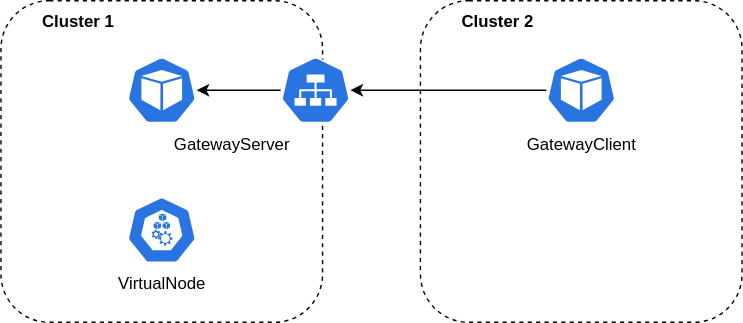
This is docs/_static/images/usage/inter-cluster-network/automatic.drawio.svg from liqotech/liqo, a draw.io export, as it was before one commit. Source tidied: cells renumbered, new cells last; positions are measured from the earlier drawing's top-left corner, leaving out a move shared by most shapes. The source it was exported from:
```xml
<mxGraphModel>
  <root>
    <mxCell id="0" />
    <mxCell id="1" parent="0" />
    <mxCell id="2" style="rounded=1;whiteSpace=wrap;html=1;fillColor=none;dashed=1;" parent="1" vertex="1">
      <mxGeometry width="230" height="230" as="geometry" />
    </mxCell>
    <mxCell id="3" style="edgeStyle=none;html=1;" parent="1" edge="1" source="5" target="4">
      <mxGeometry relative="1" as="geometry" />
    </mxCell>
    <mxCell id="4" style="sketch=0;html=1;dashed=0;whitespace=wrap;fillColor=#2875E2;strokeColor=#ffffff;points=[[0.005,0.63,0],[0.1,0.2,0],[0.9,0.2,0],[0.5,0,0],[0.995,0.63,0],[0.72,0.99,0],[0.5,1,0],[0.28,0.99,0]];verticalLabelPosition=bottom;align=center;verticalAlign=top;shape=mxgraph.kubernetes.icon;prIcon=pod;" parent="1" vertex="1">
      <mxGeometry x="90" y="40" width="50" height="48" as="geometry" />
    </mxCell>
    <mxCell id="5" style="sketch=0;html=1;dashed=0;whitespace=wrap;fillColor=#2875E2;strokeColor=#ffffff;points=[[0.005,0.63,0],[0.1,0.2,0],[0.9,0.2,0],[0.5,0,0],[0.995,0.63,0],[0.72,0.99,0],[0.5,1,0],[0.28,0.99,0]];verticalLabelPosition=bottom;align=center;verticalAlign=top;shape=mxgraph.kubernetes.icon;prIcon=svc;" parent="1" vertex="1">
      <mxGeometry x="200" y="40" width="50" height="48" as="geometry" />
    </mxCell>
    <mxCell id="6" style="sketch=0;html=1;dashed=0;whitespace=wrap;fillColor=#2875E2;strokeColor=#ffffff;verticalLabelPosition=bottom;align=center;verticalAlign=top;shape=mxgraph.kubernetes.icon;prIcon=node;" parent="1" vertex="1">
      <mxGeometry x="90" y="140" width="50" height="48" as="geometry" />
    </mxCell>
    <mxCell id="7" value="GatewayServer" style="text;html=1;align=center;verticalAlign=middle;strokeColor=none;fillColor=none;" parent="1" vertex="1">
      <mxGeometry x="110" y="88" width="110" height="30" as="geometry" />
    </mxCell>
    <mxCell id="8" value="VirtualNode" style="text;html=1;align=center;verticalAlign=middle;strokeColor=none;fillColor=none;" parent="1" vertex="1">
      <mxGeometry x="70" y="188" width="90" height="30" as="geometry" />
    </mxCell>
    <mxCell id="9" value="&lt;b&gt;Cluster 1&lt;/b&gt;" style="text;html=1;align=center;verticalAlign=middle;strokeColor=none;fillColor=none;" parent="1" vertex="1">
      <mxGeometry x="20" width="70" height="30" as="geometry" />
    </mxCell>
    <mxCell id="10" style="rounded=1;whiteSpace=wrap;html=1;fillColor=none;dashed=1;" parent="1" vertex="1">
      <mxGeometry x="300" width="230" height="230" as="geometry" />
    </mxCell>
    <mxCell id="11" style="edgeStyle=none;html=1;" parent="1" edge="1" source="12">
      <mxGeometry relative="1" as="geometry">
        <mxPoint x="250" y="64" as="targetPoint" />
      </mxGeometry>
    </mxCell>
    <mxCell id="12" style="sketch=0;html=1;dashed=0;whitespace=wrap;fillColor=#2875E2;strokeColor=#ffffff;points=[[0.005,0.63,0],[0.1,0.2,0],[0.9,0.2,0],[0.5,0,0],[0.995,0.63,0],[0.72,0.99,0],[0.5,1,0],[0.28,0.99,0]];verticalLabelPosition=bottom;align=center;verticalAlign=top;shape=mxgraph.kubernetes.icon;prIcon=pod;" parent="1" vertex="1">
      <mxGeometry x="390" y="40" width="50" height="48" as="geometry" />
    </mxCell>
    <mxCell id="13" value="GatewayClient" style="text;html=1;align=center;verticalAlign=middle;strokeColor=none;fillColor=none;" parent="1" vertex="1">
      <mxGeometry x="365" y="88" width="100" height="30" as="geometry" />
    </mxCell>
    <mxCell id="14" value="&lt;b&gt;Cluster 2&lt;/b&gt;" style="text;html=1;align=center;verticalAlign=middle;strokeColor=none;fillColor=none;" parent="1" vertex="1">
      <mxGeometry x="320" width="70" height="30" as="geometry" />
    </mxCell>
  </root>
</mxGraphModel>
```
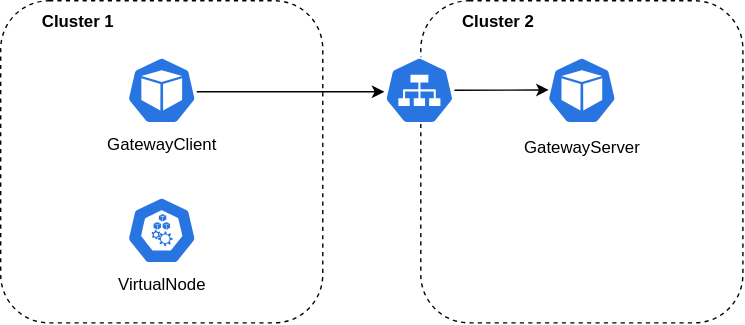
Above is the later version.

Commit message:
Fixed GatewayServer and GatewayClient scheme

Diff of the diagram source:
```diff
@@ -5,20 +5,20 @@
     <mxCell id="2" style="rounded=1;whiteSpace=wrap;html=1;fillColor=none;dashed=1;" parent="1" vertex="1">
       <mxGeometry width="230" height="230" as="geometry" />
     </mxCell>
-    <mxCell id="3" style="edgeStyle=none;html=1;" parent="1" edge="1" source="5" target="4">
-      <mxGeometry relative="1" as="geometry" />
+    <mxCell id="3" style="edgeStyle=none;html=1;startArrow=classic;startFill=1;endArrow=none;endFill=0;" parent="1" edge="1">
+      <mxGeometry relative="1" as="geometry">
+        <mxPoint x="274" y="65" as="sourcePoint" />
+        <mxPoint x="140" y="65" as="targetPoint" />
+      </mxGeometry>
     </mxCell>
     <mxCell id="4" style="sketch=0;html=1;dashed=0;whitespace=wrap;fillColor=#2875E2;strokeColor=#ffffff;points=[[0.005,0.63,0],[0.1,0.2,0],[0.9,0.2,0],[0.5,0,0],[0.995,0.63,0],[0.72,0.99,0],[0.5,1,0],[0.28,0.99,0]];verticalLabelPosition=bottom;align=center;verticalAlign=top;shape=mxgraph.kubernetes.icon;prIcon=pod;" parent="1" vertex="1">
       <mxGeometry x="90" y="40" width="50" height="48" as="geometry" />
     </mxCell>
-    <mxCell id="5" style="sketch=0;html=1;dashed=0;whitespace=wrap;fillColor=#2875E2;strokeColor=#ffffff;points=[[0.005,0.63,0],[0.1,0.2,0],[0.9,0.2,0],[0.5,0,0],[0.995,0.63,0],[0.72,0.99,0],[0.5,1,0],[0.28,0.99,0]];verticalLabelPosition=bottom;align=center;verticalAlign=top;shape=mxgraph.kubernetes.icon;prIcon=svc;" parent="1" vertex="1">
-      <mxGeometry x="200" y="40" width="50" height="48" as="geometry" />
-    </mxCell>
     <mxCell id="6" style="sketch=0;html=1;dashed=0;whitespace=wrap;fillColor=#2875E2;strokeColor=#ffffff;verticalLabelPosition=bottom;align=center;verticalAlign=top;shape=mxgraph.kubernetes.icon;prIcon=node;" parent="1" vertex="1">
       <mxGeometry x="90" y="140" width="50" height="48" as="geometry" />
     </mxCell>
     <mxCell id="7" value="GatewayServer" style="text;html=1;align=center;verticalAlign=middle;strokeColor=none;fillColor=none;" parent="1" vertex="1">
-      <mxGeometry x="110" y="88" width="110" height="30" as="geometry" />
+      <mxGeometry x="360" y="90" width="110" height="30" as="geometry" />
     </mxCell>
     <mxCell id="8" value="VirtualNode" style="text;html=1;align=center;verticalAlign=middle;strokeColor=none;fillColor=none;" parent="1" vertex="1">
       <mxGeometry x="70" y="188" width="90" height="30" as="geometry" />
@@ -29,19 +29,20 @@
     <mxCell id="10" style="rounded=1;whiteSpace=wrap;html=1;fillColor=none;dashed=1;" parent="1" vertex="1">
       <mxGeometry x="300" width="230" height="230" as="geometry" />
     </mxCell>
-    <mxCell id="11" style="edgeStyle=none;html=1;" parent="1" edge="1" source="12">
-      <mxGeometry relative="1" as="geometry">
-        <mxPoint x="250" y="64" as="targetPoint" />
-      </mxGeometry>
+    <mxCell id="11" style="edgeStyle=none;html=1;startArrow=none;entryX=0.027;entryY=0.494;entryDx=0;entryDy=0;entryPerimeter=0;" parent="1" edge="1" source="5" target="12">
+      <mxGeometry relative="1" as="geometry" />
     </mxCell>
     <mxCell id="12" style="sketch=0;html=1;dashed=0;whitespace=wrap;fillColor=#2875E2;strokeColor=#ffffff;points=[[0.005,0.63,0],[0.1,0.2,0],[0.9,0.2,0],[0.5,0,0],[0.995,0.63,0],[0.72,0.99,0],[0.5,1,0],[0.28,0.99,0]];verticalLabelPosition=bottom;align=center;verticalAlign=top;shape=mxgraph.kubernetes.icon;prIcon=pod;" parent="1" vertex="1">
       <mxGeometry x="390" y="40" width="50" height="48" as="geometry" />
     </mxCell>
     <mxCell id="13" value="GatewayClient" style="text;html=1;align=center;verticalAlign=middle;strokeColor=none;fillColor=none;" parent="1" vertex="1">
-      <mxGeometry x="365" y="88" width="100" height="30" as="geometry" />
+      <mxGeometry x="65" y="88" width="100" height="30" as="geometry" />
     </mxCell>
     <mxCell id="14" value="&lt;b&gt;Cluster 2&lt;/b&gt;" style="text;html=1;align=center;verticalAlign=middle;strokeColor=none;fillColor=none;" parent="1" vertex="1">
       <mxGeometry x="320" width="70" height="30" as="geometry" />
     </mxCell>
+    <mxCell id="5" style="sketch=0;html=1;dashed=0;whitespace=wrap;fillColor=#2875E2;strokeColor=#ffffff;points=[[0.005,0.63,0],[0.1,0.2,0],[0.9,0.2,0],[0.5,0,0],[0.995,0.63,0],[0.72,0.99,0],[0.5,1,0],[0.28,0.99,0]];verticalLabelPosition=bottom;align=center;verticalAlign=top;shape=mxgraph.kubernetes.icon;prIcon=svc;" parent="1" vertex="1">
+      <mxGeometry x="274" y="40" width="50" height="48" as="geometry" />
+    </mxCell>
   </root>
 </mxGraphModel>
```
